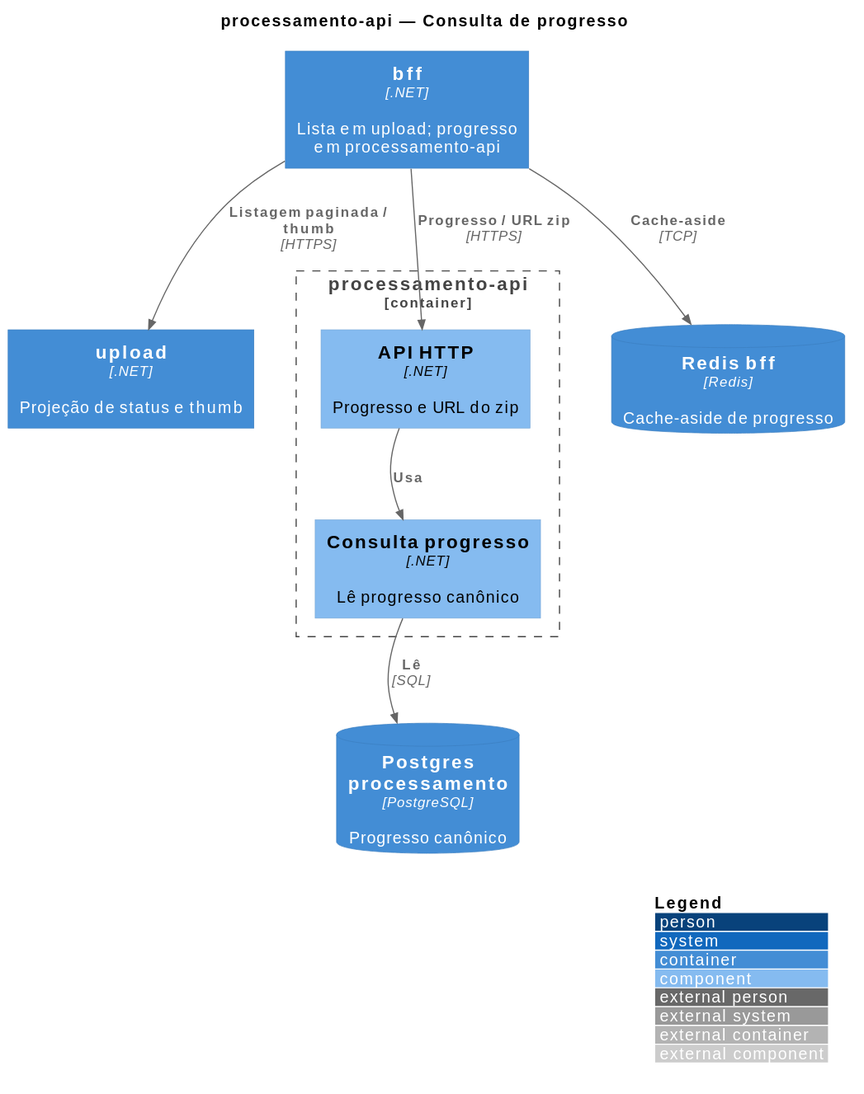
This is arquitetura/07_componentes-processamento-consulta.svg from fiap-x-vcosta/docs, a PlantUML export, as it was before one commit.
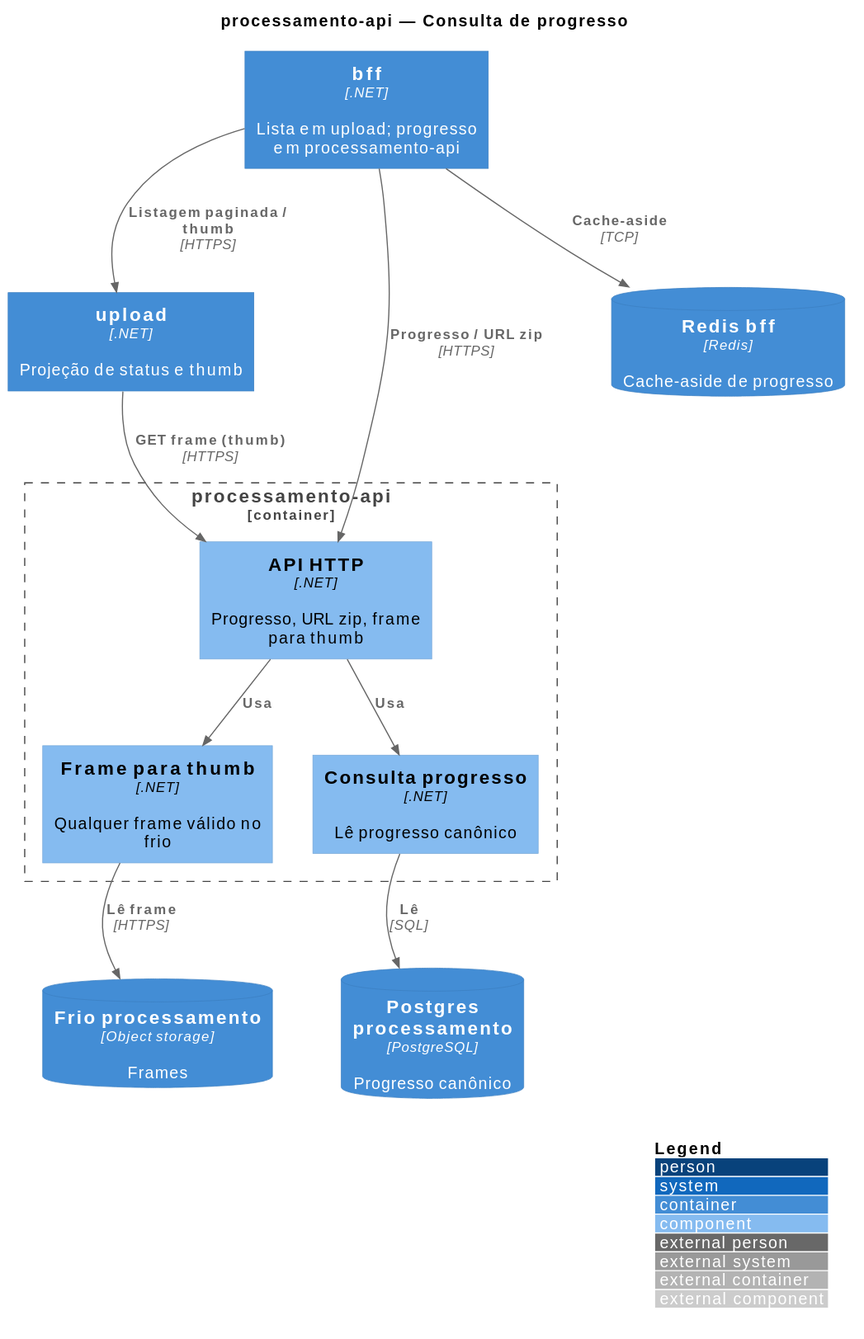
After the commit.

Change to the diagram source:
```diff
@@ -12,19 +12,27 @@
 ContainerDb(pgProc, "Postgres processamento", "PostgreSQL", "Progresso canônico")
 
 Container_Boundary(procApi, "processamento-api") {
-  Component(apiHttp, "API HTTP", ".NET", "Progresso e URL do zip")
+  Component(apiHttp, "API HTTP", ".NET", "Progresso, URL zip, frame para thumb")
   Component(consulta, "Consulta progresso", ".NET", "Lê progresso canônico")
+  Component(frameThumb, "Frame para thumb", ".NET", "Qualquer frame válido no frio")
 }
+
+ContainerDb(frioProc, "Frio processamento", "Object storage", "Frames")
 
 Rel(bff, upload, "Listagem paginada / thumb", "HTTPS")
 Rel(bff, redis, "Cache-aside", "TCP")
 Rel(bff, apiHttp, "Progresso / URL zip", "HTTPS")
+Rel(upload, apiHttp, "GET frame (thumb)", "HTTPS")
 Rel(apiHttp, consulta, "Usa")
+Rel(apiHttp, frameThumb, "Usa")
 Rel(consulta, pgProc, "Lê", "SQL")
+Rel(frameThumb, frioProc, "Lê frame", "HTTPS")
 
 Lay_D(bff, redis)
 Lay_R(bff, upload)
 Lay_R(bff, apiHttp)
 Lay_D(apiHttp, consulta)
 Lay_D(consulta, pgProc)
+Lay_R(apiHttp, frameThumb)
+Lay_D(frameThumb, frioProc)
 @enduml
```
